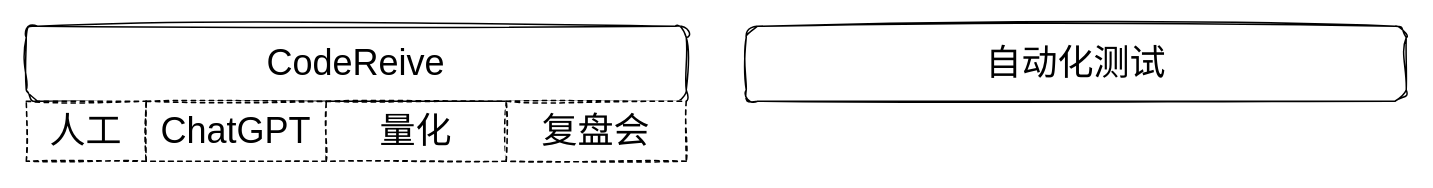
This is 未命名绘图.drawio from skindhu/AlphaAnimationView, a draw.io file, before an edit. Source tidied: cells renumbered, new cells numbered last; positions are measured from the earlier drawing's top-left corner, leaving out a move shared by most shapes. Both pictures are drawn from the tidied source at 150%, with x=0, y=0 at pixel (26, 26).
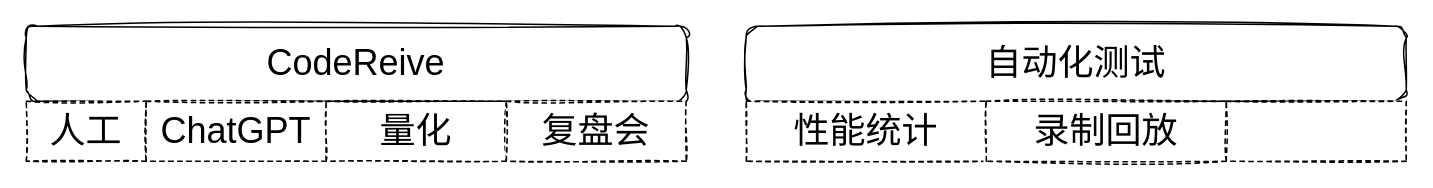
The same diagram, later.

The edit, as a diff of the source:
```diff
@@
 <mxGraphModel>
   <root>
     <mxCell id="0" />
     <mxCell id="1" parent="0" />
     <mxCell id="2" value="&lt;font style=&quot;font-size: 24px;&quot;&gt;CodeReive&lt;/font&gt;" style="rounded=1;whiteSpace=wrap;html=1;sketch=1;curveFitting=1;jiggle=2;" parent="1" vertex="1">
       <mxGeometry width="440" height="50" as="geometry" />
     </mxCell>
     <mxCell id="3" value="人工" style="rounded=0;whiteSpace=wrap;html=1;sketch=1;fontSize=24;dashed=1;" parent="1" vertex="1">
       <mxGeometry y="50" width="80" height="40" as="geometry" />
     </mxCell>
     <mxCell id="4" value="ChatGPT" style="rounded=0;whiteSpace=wrap;html=1;sketch=1;fontSize=24;dashed=1;" parent="1" vertex="1">
       <mxGeometry x="80" y="50" width="120" height="40" as="geometry" />
     </mxCell>
     <mxCell id="5" value="量化" style="rounded=0;whiteSpace=wrap;html=1;sketch=1;fontSize=24;dashed=1;" parent="1" vertex="1">
       <mxGeometry x="200" y="50" width="120" height="40" as="geometry" />
     </mxCell>
     <mxCell id="6" value="复盘会" style="rounded=0;whiteSpace=wrap;html=1;sketch=1;fontSize=24;dashed=1;" parent="1" vertex="1">
       <mxGeometry x="320" y="50" width="120" height="40" as="geometry" />
     </mxCell>
     <mxCell id="7" value="&lt;font style=&quot;font-size: 24px;&quot;&gt;自动化测试&lt;/font&gt;" style="rounded=1;whiteSpace=wrap;html=1;sketch=1;curveFitting=1;jiggle=2;" parent="1" vertex="1">
       <mxGeometry x="480" width="440" height="50" as="geometry" />
     </mxCell>
+    <mxCell id="8" value="性能统计" style="rounded=0;whiteSpace=wrap;html=1;sketch=1;fontSize=24;dashed=1;" parent="1" vertex="1">
+      <mxGeometry x="480" y="50" width="160" height="40" as="geometry" />
+    </mxCell>
+    <mxCell id="9" value="录制回放" style="rounded=0;whiteSpace=wrap;html=1;sketch=1;fontSize=24;dashed=1;" parent="1" vertex="1">
+      <mxGeometry x="640" y="50" width="160" height="40" as="geometry" />
+    </mxCell>
+    <mxCell id="10" style="rounded=0;whiteSpace=wrap;html=1;sketch=1;fontSize=24;dashed=1;" parent="1" vertex="1">
+      <mxGeometry x="800" y="50" width="120" height="40" as="geometry" />
+    </mxCell>
   </root>
 </mxGraphModel>
```
